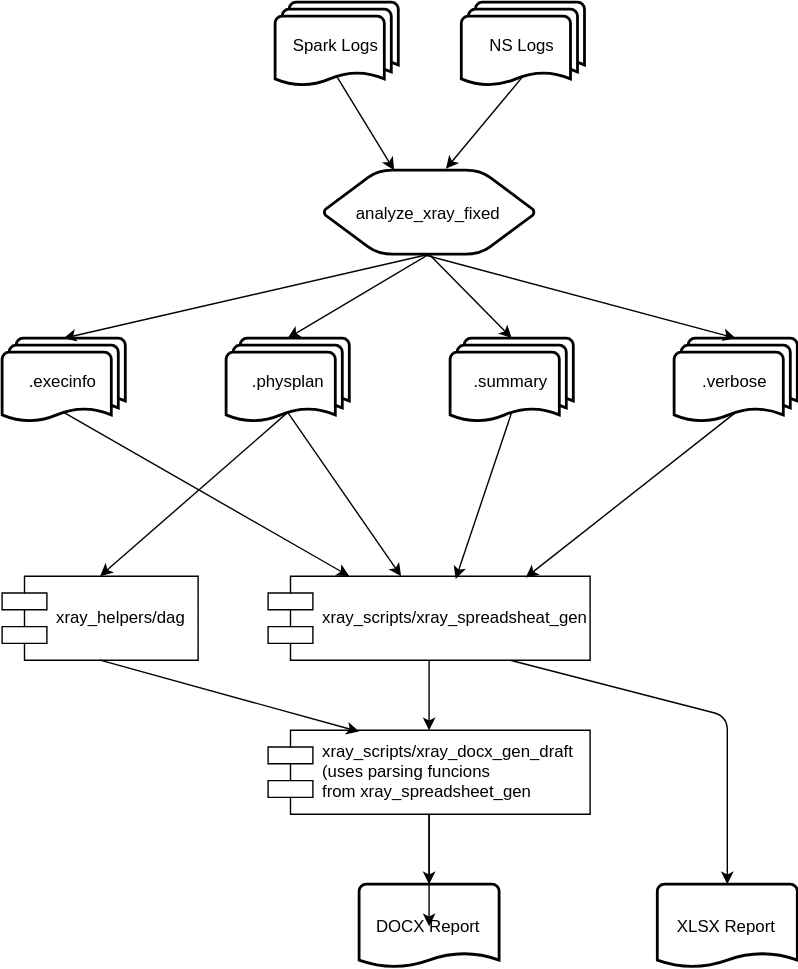
The draw.io diagram SB-31.svg in apismennyj/bigstream, before a commit. Source tidied: cells renumbered, new cells last; positions are measured from the earlier drawing's top-left corner, leaving out a move shared by most shapes. Source of this version:
```xml
<mxGraphModel>
  <root>
    <mxCell id="0" />
    <mxCell id="1" parent="0" />
    <mxCell id="2" value="Spark Logs" style="strokeWidth=2;html=1;shape=mxgraph.flowchart.multi-document;whiteSpace=wrap;" parent="1" vertex="1">
      <mxGeometry x="195" width="88" height="60" as="geometry" />
    </mxCell>
    <mxCell id="3" value="NS Logs" style="strokeWidth=2;html=1;shape=mxgraph.flowchart.multi-document;whiteSpace=wrap;" parent="1" vertex="1">
      <mxGeometry x="328" width="88" height="60" as="geometry" />
    </mxCell>
    <mxCell id="4" value="analyze_xray_fixed" style="strokeWidth=2;html=1;shape=mxgraph.flowchart.preparation;whiteSpace=wrap;" parent="1" vertex="1">
      <mxGeometry x="230" y="120" width="150" height="60" as="geometry" />
    </mxCell>
    <mxCell id="5" style="endArrow=classic;html=1;exitX=0.5;exitY=0.88;exitPerimeter=0;" parent="1" edge="1" source="3">
      <mxGeometry relative="1" as="geometry">
        <mxPoint x="317" y="119" as="targetPoint" />
      </mxGeometry>
    </mxCell>
    <mxCell id="6" style="endArrow=classic;html=1;exitX=0.5;exitY=0.88;exitPerimeter=0;" parent="1" edge="1" source="2">
      <mxGeometry relative="1" as="geometry">
        <mxPoint x="280" y="120" as="targetPoint" />
      </mxGeometry>
    </mxCell>
    <mxCell id="7" value=".execinfo" style="strokeWidth=2;html=1;shape=mxgraph.flowchart.multi-document;whiteSpace=wrap;" parent="1" vertex="1">
      <mxGeometry y="240" width="88" height="60" as="geometry" />
    </mxCell>
    <mxCell id="8" value=".physplan" style="strokeWidth=2;html=1;shape=mxgraph.flowchart.multi-document;whiteSpace=wrap;" parent="1" vertex="1">
      <mxGeometry x="160" y="240" width="88" height="60" as="geometry" />
    </mxCell>
    <mxCell id="9" value=".summary" style="strokeWidth=2;html=1;shape=mxgraph.flowchart.multi-document;whiteSpace=wrap;" parent="1" vertex="1">
      <mxGeometry x="320" y="240" width="88" height="60" as="geometry" />
    </mxCell>
    <mxCell id="10" value=".verbose" style="strokeWidth=2;html=1;shape=mxgraph.flowchart.multi-document;whiteSpace=wrap;" parent="1" vertex="1">
      <mxGeometry x="480" y="240" width="88" height="60" as="geometry" />
    </mxCell>
    <mxCell id="11" style="endArrow=classic;html=1;entryX=0.5;entryY=0;entryPerimeter=0;exitX=0.5;exitY=1;exitPerimeter=0;" parent="1" edge="1" source="4" target="7">
      <mxGeometry relative="1" as="geometry" />
    </mxCell>
    <mxCell id="12" style="endArrow=classic;html=1;exitX=0.5;exitY=1;exitPerimeter=0;entryX=0.5;entryY=0;entryPerimeter=0;" parent="1" edge="1" source="4" target="8">
      <mxGeometry relative="1" as="geometry" />
    </mxCell>
    <mxCell id="13" style="endArrow=classic;html=1;entryX=0.5;entryY=0;entryPerimeter=0;exitX=0.5;exitY=1;exitPerimeter=0;" parent="1" edge="1" source="4" target="9">
      <mxGeometry relative="1" as="geometry" />
    </mxCell>
    <mxCell id="14" style="endArrow=classic;html=1;entryX=0.5;entryY=0;entryPerimeter=0;" parent="1" edge="1" target="10">
      <mxGeometry relative="1" as="geometry">
        <mxPoint x="300" y="180" as="sourcePoint" />
      </mxGeometry>
    </mxCell>
    <mxCell id="15" value="xray_scripts/xray_spreadsheat_gen" style="shape=component;align=left;spacingLeft=36;" parent="1" vertex="1">
      <mxGeometry x="190" y="410" width="230" height="60" as="geometry" />
    </mxCell>
    <mxCell id="16" style="endArrow=classic;html=1;entryX=0.25;entryY=0;exitX=0.5;exitY=0.88;exitPerimeter=0;" parent="1" edge="1" source="7" target="15">
      <mxGeometry relative="1" as="geometry" />
    </mxCell>
    <mxCell id="17" style="endArrow=classic;html=1;entryX=0.8;entryY=0.017;exitX=0.5;exitY=0.88;exitPerimeter=0;entryPerimeter=0;" parent="1" edge="1" source="10" target="15">
      <mxGeometry relative="1" as="geometry" />
    </mxCell>
    <mxCell id="18" style="endArrow=classic;html=1;entryX=0.582;entryY=0.033;exitX=0.5;exitY=0.88;exitPerimeter=0;entryPerimeter=0;" parent="1" edge="1" source="9" target="15">
      <mxGeometry relative="1" as="geometry" />
    </mxCell>
    <mxCell id="19" style="endArrow=classic;html=1;entryX=0.412;entryY=0;exitX=0.5;exitY=0.88;exitPerimeter=0;entryPerimeter=0;" parent="1" edge="1" source="8" target="15">
      <mxGeometry relative="1" as="geometry" />
    </mxCell>
    <mxCell id="20" style="edgeStyle=orthogonalEdgeStyle;rounded=0;html=1;exitX=0.5;exitY=0;entryX=0.5;entryY=0;jettySize=auto;orthogonalLoop=1;" parent="1" edge="1" source="15" target="15">
      <mxGeometry relative="1" as="geometry" />
    </mxCell>
    <mxCell id="21" value="XLSX Report" style="strokeWidth=2;html=1;shape=mxgraph.flowchart.document;whiteSpace=wrap;" parent="1" vertex="1">
      <mxGeometry x="468" y="630" width="100" height="60" as="geometry" />
    </mxCell>
    <mxCell id="22" style="endArrow=classic;html=1;exitX=0.75;exitY=1;entryX=0.5;entryY=0;entryPerimeter=0;" parent="1" edge="1" source="15" target="21">
      <mxGeometry relative="1" as="geometry">
        <Array as="points">
          <mxPoint x="518" y="510" />
        </Array>
      </mxGeometry>
    </mxCell>
    <mxCell id="23" value="xray_scripts/xray_docx_gen_draft&#10;(uses parsing funcions&#10;from xray_spreadsheet_gen" style="shape=component;align=left;spacingLeft=36;" parent="1" vertex="1">
      <mxGeometry x="190" y="520" width="230" height="60" as="geometry" />
    </mxCell>
    <mxCell id="24" style="endArrow=classic;html=1;entryX=0.5;entryY=0;exitX=0.5;exitY=1;" parent="1" edge="1" source="15" target="23">
      <mxGeometry relative="1" as="geometry" />
    </mxCell>
    <mxCell id="25" value="DOCX Report" style="strokeWidth=2;html=1;shape=mxgraph.flowchart.document;whiteSpace=wrap;" parent="1" vertex="1">
      <mxGeometry x="255" y="630" width="100" height="60" as="geometry" />
    </mxCell>
    <mxCell id="26" style="endArrow=classic;html=1;entryX=0.5;entryY=0;entryPerimeter=0;exitX=0.5;exitY=1;" parent="1" edge="1" source="23" target="25">
      <mxGeometry relative="1" as="geometry" />
    </mxCell>
    <mxCell id="27" style="edgeStyle=orthogonalEdgeStyle;rounded=0;html=1;jettySize=auto;" parent="1" edge="1" source="23">
      <mxGeometry relative="1" as="geometry">
        <mxPoint x="305" y="660" as="targetPoint" />
      </mxGeometry>
    </mxCell>
    <mxCell id="28" value="xray_helpers/dag" style="shape=component;align=left;spacingLeft=36;" parent="1" vertex="1">
      <mxGeometry y="410" width="140" height="60" as="geometry" />
    </mxCell>
    <mxCell id="29" style="endArrow=classic;html=1;entryX=0.5;entryY=0;exitX=0.5;exitY=0.88;exitPerimeter=0;" parent="1" edge="1" source="8" target="28">
      <mxGeometry relative="1" as="geometry" />
    </mxCell>
    <mxCell id="30" style="endArrow=classic;html=1;entryX=0.283;entryY=0.017;entryPerimeter=0;exitX=0.5;exitY=1;" parent="1" edge="1" source="28" target="23">
      <mxGeometry relative="1" as="geometry" />
    </mxCell>
  </root>
</mxGraphModel>
```
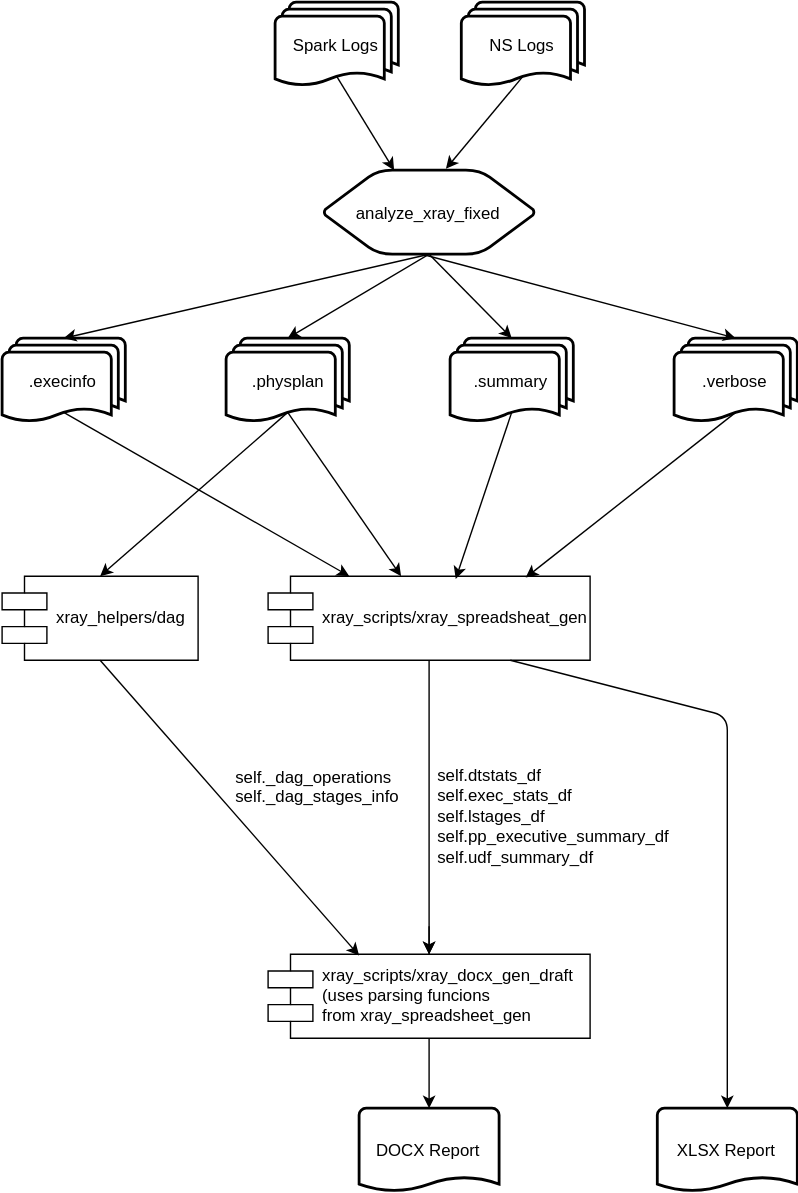
Above is the later version.

Diff of the diagram source:
```diff
@@ -66,7 +66,7 @@
       <mxGeometry relative="1" as="geometry" />
     </mxCell>
     <mxCell id="21" value="XLSX Report" style="strokeWidth=2;html=1;shape=mxgraph.flowchart.document;whiteSpace=wrap;" parent="1" vertex="1">
-      <mxGeometry x="468" y="630" width="100" height="60" as="geometry" />
+      <mxGeometry x="468" y="790" width="100" height="60" as="geometry" />
     </mxCell>
     <mxCell id="22" style="endArrow=classic;html=1;exitX=0.75;exitY=1;entryX=0.5;entryY=0;entryPerimeter=0;" parent="1" edge="1" source="15" target="21">
       <mxGeometry relative="1" as="geometry">
@@ -76,20 +76,24 @@
       </mxGeometry>
     </mxCell>
     <mxCell id="23" value="xray_scripts/xray_docx_gen_draft&#10;(uses parsing funcions&#10;from xray_spreadsheet_gen" style="shape=component;align=left;spacingLeft=36;" parent="1" vertex="1">
-      <mxGeometry x="190" y="520" width="230" height="60" as="geometry" />
+      <mxGeometry x="190" y="680" width="230" height="60" as="geometry" />
     </mxCell>
     <mxCell id="24" style="endArrow=classic;html=1;entryX=0.5;entryY=0;exitX=0.5;exitY=1;" parent="1" edge="1" source="15" target="23">
       <mxGeometry relative="1" as="geometry" />
     </mxCell>
     <mxCell id="25" value="DOCX Report" style="strokeWidth=2;html=1;shape=mxgraph.flowchart.document;whiteSpace=wrap;" parent="1" vertex="1">
-      <mxGeometry x="255" y="630" width="100" height="60" as="geometry" />
+      <mxGeometry x="255" y="790" width="100" height="60" as="geometry" />
     </mxCell>
     <mxCell id="26" style="endArrow=classic;html=1;entryX=0.5;entryY=0;entryPerimeter=0;exitX=0.5;exitY=1;" parent="1" edge="1" source="23" target="25">
       <mxGeometry relative="1" as="geometry" />
     </mxCell>
     <mxCell id="27" style="edgeStyle=orthogonalEdgeStyle;rounded=0;html=1;jettySize=auto;" parent="1" edge="1" source="23">
       <mxGeometry relative="1" as="geometry">
-        <mxPoint x="305" y="660" as="targetPoint" />
+        <mxPoint x="305" y="680" as="targetPoint" />
+        <Array as="points">
+          <mxPoint x="305" y="660" />
+          <mxPoint x="305" y="660" />
+        </Array>
       </mxGeometry>
     </mxCell>
     <mxCell id="28" value="xray_helpers/dag" style="shape=component;align=left;spacingLeft=36;" parent="1" vertex="1">
@@ -101,5 +105,11 @@
     <mxCell id="30" style="endArrow=classic;html=1;entryX=0.283;entryY=0.017;entryPerimeter=0;exitX=0.5;exitY=1;" parent="1" edge="1" source="28" target="23">
       <mxGeometry relative="1" as="geometry" />
     </mxCell>
+    <mxCell id="31" value="&lt;div style=&quot;text-align: left&quot;&gt;&lt;span&gt;self.dtstats_df&lt;/span&gt;&lt;/div&gt;&lt;div style=&quot;text-align: left&quot;&gt;&lt;span&gt;self.exec_stats_df&lt;/span&gt;&lt;/div&gt;&lt;div style=&quot;text-align: left&quot;&gt;&lt;span&gt;self.lstages_df&amp;nbsp;&lt;br&gt;&lt;/span&gt;&lt;/div&gt;&lt;div style=&quot;text-align: left&quot;&gt;&lt;span&gt;self.pp_executive_summary_df&lt;/span&gt;&lt;br&gt;&lt;/div&gt;&lt;div style=&quot;text-align: left&quot;&gt;&lt;span&gt;self.udf_summary_df&lt;br&gt;&lt;/span&gt;&lt;/div&gt;" style="text;html=1;strokeColor=none;fillColor=none;align=center;verticalAlign=middle;whiteSpace=wrap;rounded=0;" parent="1" vertex="1">
+      <mxGeometry x="308" y="510" width="172" height="140" as="geometry" />
+    </mxCell>
+    <mxCell id="32" value="&lt;div style=&quot;text-align: left&quot;&gt;self._dag_operations self._dag_stages_info&amp;nbsp;&lt;br&gt;&lt;/div&gt;" style="text;html=1;strokeColor=none;fillColor=none;align=center;verticalAlign=middle;whiteSpace=wrap;rounded=0;" parent="1" vertex="1">
+      <mxGeometry x="166" y="520" width="146" height="80" as="geometry" />
+    </mxCell>
   </root>
 </mxGraphModel>
```
